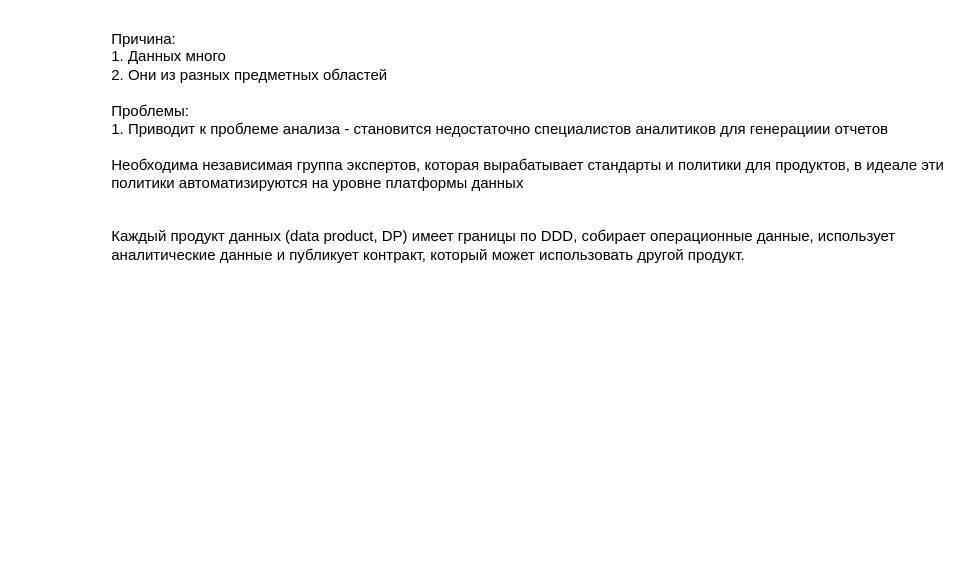
This is page "Page-5" (5 of 5) of Task1/c3.drawio from asbelon/architecture-future_2_0, a draw.io file, before an edit. Source tidied: cells renumbered, new cells numbered last; positions are measured from the earlier drawing's top-left corner, leaving out a move shared by most shapes. Both pictures are drawn from the tidied source at 125%, with x=0, y=0 at pixel (109, 21).
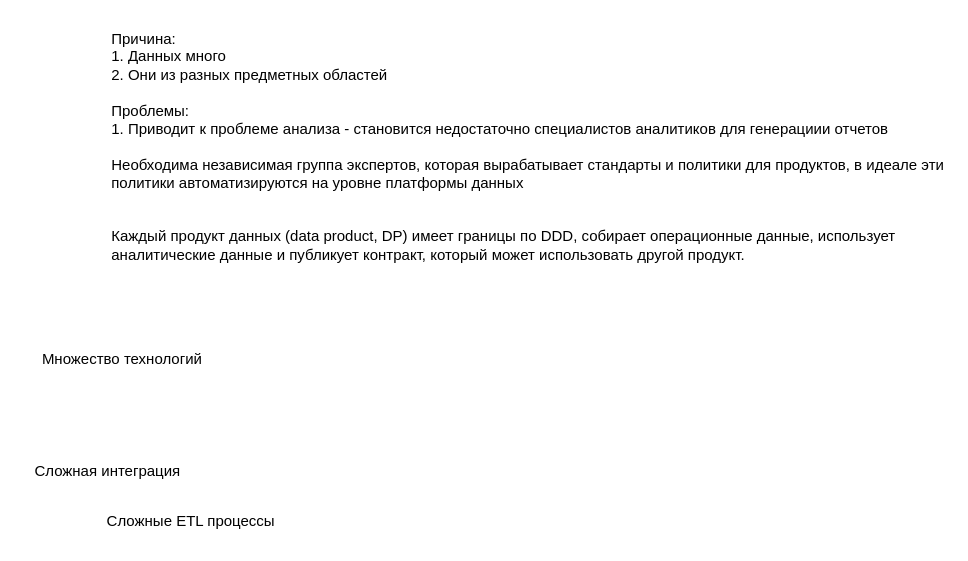
After the change.

Change to the diagram source:
```diff
@@
 <mxGraphModel>
   <root>
     <mxCell id="0" />
     <mxCell id="1" parent="0" />
     <mxCell id="2" value="Причина:&lt;br&gt;1. Данных много&lt;br&gt;2. Они из разных предметных областей&lt;br&gt;&lt;br&gt;Проблемы:&lt;br&gt;1. Приводит к проблеме анализа - становится недостаточно специалистов аналитиков для генерациии отчетов&lt;br&gt;&lt;br&gt;Необходима независимая группа экспертов, которая вырабатывает стандарты и политики для продуктов, в идеале эти политики автоматизируются на уровне платформы данных&lt;br&gt;&lt;br&gt;&lt;br&gt;Каждый продукт данных (data product, DP) имеет границы по DDD, собирает операционные данные, использует аналитические данные и публикует контракт, который может использовать другой продукт." style="text;html=1;strokeColor=none;fillColor=none;align=left;verticalAlign=top;whiteSpace=wrap;rounded=0;" parent="1" vertex="1">
       <mxGeometry width="670" height="240" as="geometry" />
     </mxCell>
+    <mxCell id="3" value="Множество технологий" style="text;html=1;align=center;verticalAlign=middle;strokeColor=none;fillColor=none;" parent="1" vertex="1">
+      <mxGeometry x="-65" y="255" width="150" height="30" as="geometry" />
+    </mxCell>
+    <mxCell id="4" value="Сложная интеграция&amp;nbsp;" style="text;html=1;align=center;verticalAlign=middle;strokeColor=none;fillColor=none;" parent="1" vertex="1">
+      <mxGeometry x="-70" y="345" width="140" height="30" as="geometry" />
+    </mxCell>
+    <mxCell id="5" value="Сложные ETL процессы" style="text;html=1;align=center;verticalAlign=middle;strokeColor=none;fillColor=none;" parent="1" vertex="1">
+      <mxGeometry x="-15" y="385" width="160" height="30" as="geometry" />
+    </mxCell>
   </root>
 </mxGraphModel>
```
